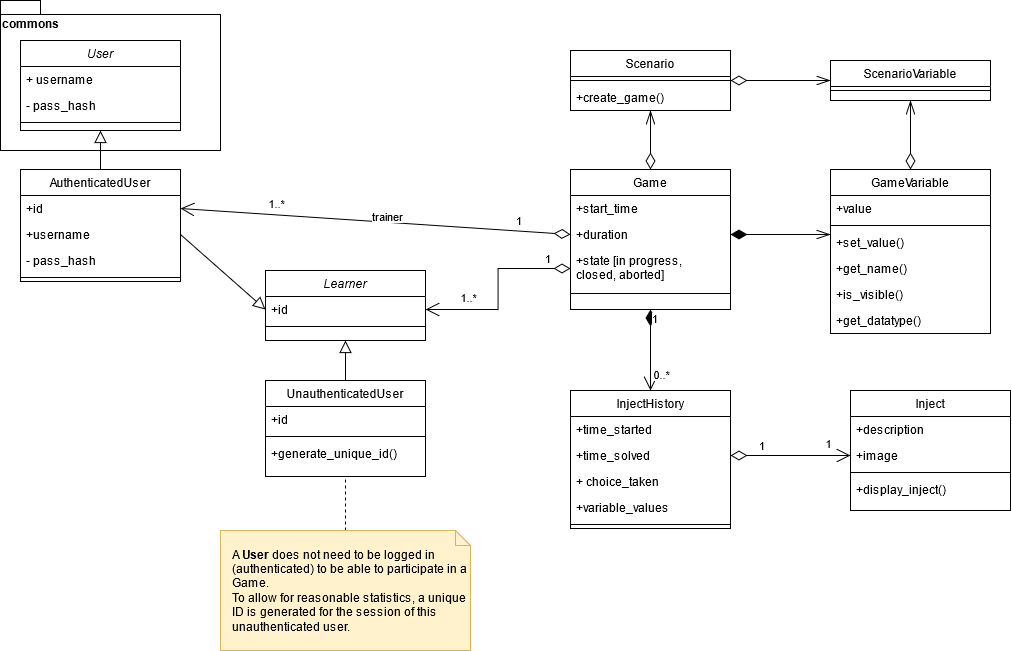
This is artefacts/static_view/class diagram Game_Participation.png from Elias-Ladenburger/CSEP, a draw.io export, as it was before one commit. Source tidied: cells renumbered, new cells last; positions are measured from the earlier drawing's top-left corner, leaving out a move shared by most shapes.
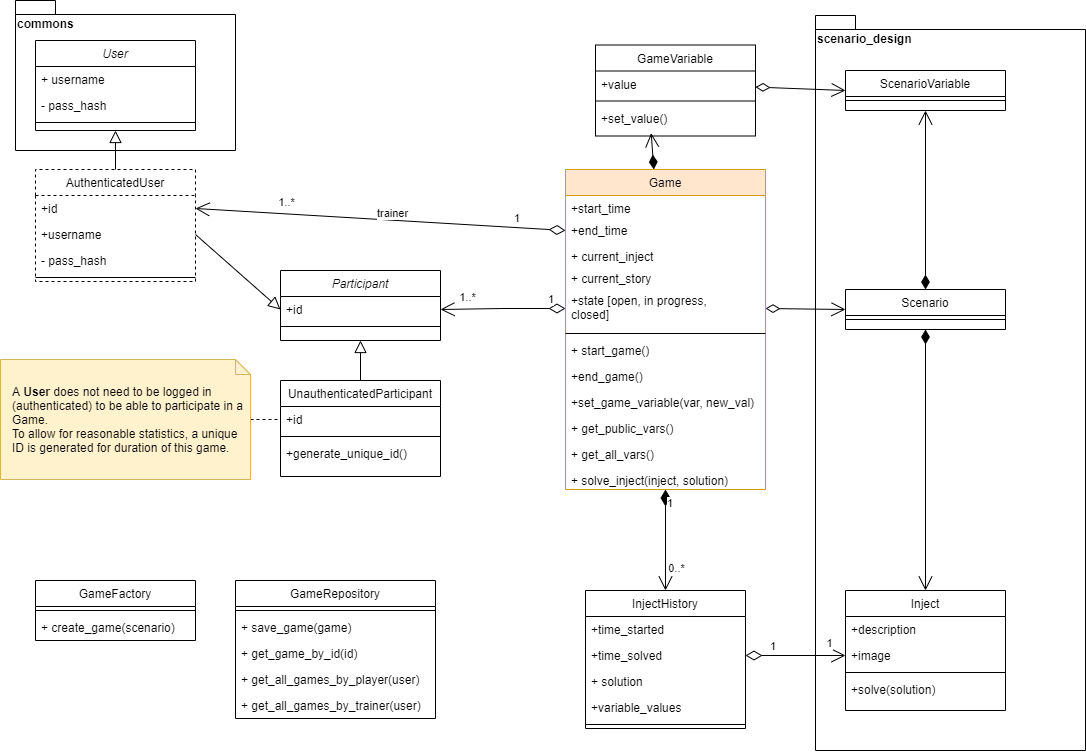
Later version of the same file.

Commit message:
Rename StateChange to TransitionEffect Add class diagrams and goal representations

Change to the diagram source:
```diff
@@ -2,8 +2,11 @@
   <root>
     <mxCell id="0" />
     <mxCell id="1" parent="0" />
+    <mxCell id="65" value="scenario_design" style="shape=folder;fontStyle=1;spacingTop=10;tabWidth=40;tabHeight=14;tabPosition=left;html=1;verticalAlign=top;align=left;" parent="1" vertex="1">
+      <mxGeometry x="800" y="15" width="270" height="735" as="geometry" />
+    </mxCell>
     <mxCell id="2" value="GameVariable" style="swimlane;fontStyle=0;align=center;verticalAlign=top;horizontal=1;startSize=26;rounded=0;shadow=0;strokeWidth=1;" parent="1" vertex="1">
-      <mxGeometry x="830" y="169" width="160" height="164" as="geometry" />
+      <mxGeometry x="580" y="44.5" width="160" height="91" as="geometry" />
     </mxCell>
     <mxCell id="3" value="+value" style="text;align=left;verticalAlign=top;spacingLeft=4;spacingRight=4;overflow=hidden;points=[[0,0.5],[1,0.5]];portConstraint=eastwest;" parent="2" vertex="1">
       <mxGeometry y="26" width="160" height="26" as="geometry" />
@@ -14,16 +17,7 @@
     <mxCell id="5" value="+set_value()" style="text;align=left;verticalAlign=top;spacingLeft=4;spacingRight=4;overflow=hidden;points=[[0,0.5],[1,0.5]];portConstraint=eastwest;" parent="2" vertex="1">
       <mxGeometry y="60" width="160" height="26" as="geometry" />
     </mxCell>
-    <mxCell id="6" value="+get_name()" style="text;align=left;verticalAlign=top;spacingLeft=4;spacingRight=4;overflow=hidden;" parent="2" vertex="1">
-      <mxGeometry y="86" width="160" height="26" as="geometry" />
-    </mxCell>
-    <mxCell id="7" value="+is_visible()" style="text;align=left;verticalAlign=top;spacingLeft=4;spacingRight=4;overflow=hidden;" parent="2" vertex="1">
-      <mxGeometry y="112" width="160" height="26" as="geometry" />
-    </mxCell>
-    <mxCell id="8" value="+get_datatype()" style="text;align=left;verticalAlign=top;spacingLeft=4;spacingRight=4;overflow=hidden;" parent="2" vertex="1">
-      <mxGeometry y="138" width="160" height="26" as="geometry" />
-    </mxCell>
-    <mxCell id="9" value="Learner" style="swimlane;fontStyle=2;align=center;verticalAlign=top;horizontal=1;startSize=26;rounded=0;shadow=0;strokeWidth=1;" parent="1" vertex="1">
+    <mxCell id="9" value="Participant" style="swimlane;fontStyle=2;align=center;verticalAlign=top;horizontal=1;startSize=26;rounded=0;shadow=0;strokeWidth=1;" parent="1" vertex="1">
       <mxGeometry x="265" y="270" width="160" height="70" as="geometry" />
     </mxCell>
     <mxCell id="10" value="+id" style="text;align=left;verticalAlign=top;spacingLeft=4;spacingRight=4;overflow=hidden;points=[[0,0.5],[1,0.5]];portConstraint=eastwest;" parent="9" vertex="1">
@@ -33,7 +27,7 @@
       <mxGeometry y="52" width="160" height="8" as="geometry" />
     </mxCell>
     <mxCell id="12" value="InjectHistory" style="swimlane;fontStyle=0;align=center;verticalAlign=top;horizontal=1;startSize=26;rounded=0;shadow=0;strokeWidth=1;" parent="1" vertex="1">
-      <mxGeometry x="570" y="390" width="160" height="138" as="geometry" />
+      <mxGeometry x="570" y="590" width="160" height="138" as="geometry" />
     </mxCell>
     <mxCell id="13" value="+time_started" style="text;align=left;verticalAlign=top;spacingLeft=4;spacingRight=4;overflow=hidden;rounded=0;shadow=0;html=0;" parent="12" vertex="1">
       <mxGeometry y="26" width="160" height="26" as="geometry" />
@@ -41,7 +35,7 @@
     <mxCell id="14" value="+time_solved" style="text;align=left;verticalAlign=top;spacingLeft=4;spacingRight=4;overflow=hidden;points=[[0,0.5],[1,0.5]];portConstraint=eastwest;rounded=0;shadow=0;html=0;" parent="12" vertex="1">
       <mxGeometry y="52" width="160" height="26" as="geometry" />
     </mxCell>
-    <mxCell id="15" value="+ choice_taken" style="text;align=left;verticalAlign=top;spacingLeft=4;spacingRight=4;overflow=hidden;rounded=0;shadow=0;html=0;" parent="12" vertex="1">
+    <mxCell id="15" value="+ solution" style="text;align=left;verticalAlign=top;spacingLeft=4;spacingRight=4;overflow=hidden;rounded=0;shadow=0;html=0;" parent="12" vertex="1">
       <mxGeometry y="78" width="160" height="26" as="geometry" />
     </mxCell>
     <mxCell id="16" value="+variable_values" style="text;align=left;verticalAlign=top;spacingLeft=4;spacingRight=4;overflow=hidden;rounded=0;shadow=0;html=0;" parent="12" vertex="1">
@@ -66,7 +60,7 @@
         <mxPoint x="-7" y="-14" as="offset" />
       </mxGeometry>
     </mxCell>
-    <mxCell id="22" value="AuthenticatedUser" style="swimlane;fontStyle=0;align=center;verticalAlign=top;horizontal=1;startSize=26;rounded=0;shadow=0;strokeWidth=1;" parent="1" vertex="1">
+    <mxCell id="22" value="AuthenticatedUser" style="swimlane;fontStyle=0;align=center;verticalAlign=top;horizontal=1;startSize=26;rounded=0;shadow=0;strokeWidth=1;dashed=1;" parent="1" vertex="1">
       <mxGeometry x="20" y="169" width="160" height="112" as="geometry" />
     </mxCell>
     <mxCell id="23" value="+id" style="text;align=left;verticalAlign=top;spacingLeft=4;spacingRight=4;overflow=hidden;points=[[0,0.5],[1,0.5]];portConstraint=eastwest;" parent="22" vertex="1">
@@ -81,7 +75,7 @@
     <mxCell id="26" style="line;html=1;strokeWidth=1;align=left;verticalAlign=middle;spacingTop=-1;spacingLeft=3;spacingRight=3;labelPosition=right;" parent="22" vertex="1">
       <mxGeometry y="104" width="160" height="8" as="geometry" />
     </mxCell>
-    <mxCell id="27" value="UnauthenticatedUser" style="swimlane;fontStyle=0;align=center;verticalAlign=top;horizontal=1;startSize=26;rounded=0;shadow=0;strokeWidth=1;" parent="1" vertex="1">
+    <mxCell id="27" value="UnauthenticatedParticipant" style="swimlane;fontStyle=0;align=center;verticalAlign=top;horizontal=1;startSize=26;rounded=0;shadow=0;strokeWidth=1;" parent="1" vertex="1">
       <mxGeometry x="265" y="380" width="160" height="96" as="geometry" />
     </mxCell>
     <mxCell id="28" value="+id" style="text;align=left;verticalAlign=top;spacingLeft=4;spacingRight=4;overflow=hidden;points=[[0,0.5],[1,0.5]];portConstraint=eastwest;" parent="27" vertex="1">
@@ -96,11 +90,11 @@
     <mxCell id="31" style="endArrow=block;endSize=10;endFill=0;shadow=0;strokeWidth=1;rounded=0;elbow=vertical;entryX=0;entryY=0.5;entryDx=0;entryDy=0;exitX=1;exitY=0.5;exitDx=0;exitDy=0;" parent="1" edge="1" source="24" target="10">
       <mxGeometry relative="1" as="geometry" />
     </mxCell>
-    <mxCell id="32" style="rounded=0;jettySize=auto;html=1;dashed=1;endArrow=none;endFill=0;entryX=0.5;entryY=1;entryDx=0;entryDy=0;" parent="1" edge="1" source="33" target="27">
+    <mxCell id="32" style="rounded=0;jettySize=auto;html=1;dashed=1;endArrow=none;endFill=0;entryX=0;entryY=0.5;entryDx=0;entryDy=0;" parent="1" edge="1" source="33" target="28">
       <mxGeometry relative="1" as="geometry" />
     </mxCell>
-    <mxCell id="33" value="&lt;div&gt;A &lt;b&gt;User &lt;/b&gt;does not need to be logged in (authenticated) to be able to participate in a Game.&lt;/div&gt;To allow for reasonable statistics, a unique ID is generated for the session of this unauthenticated user." style="shape=note;size=15;align=left;spacingLeft=10;html=1;whiteSpace=wrap;fillColor=#fff2cc;strokeColor=#d6b656;" parent="1" vertex="1">
-      <mxGeometry x="220" y="530" width="250" height="120" as="geometry" />
+    <mxCell id="33" value="&lt;div&gt;A &lt;b&gt;User &lt;/b&gt;does not need to be logged in (authenticated) to be able to participate in a Game.&lt;/div&gt;To allow for reasonable statistics, a unique ID is generated for duration of this game.&amp;nbsp;" style="shape=note;size=15;align=left;spacingLeft=10;html=1;whiteSpace=wrap;fillColor=#fff2cc;strokeColor=#d6b656;" parent="1" vertex="1">
+      <mxGeometry x="-15" y="359" width="250" height="120" as="geometry" />
     </mxCell>
     <mxCell id="34" style="endArrow=block;endSize=10;endFill=0;shadow=0;strokeWidth=1;rounded=0;elbow=vertical;entryX=0.5;entryY=1;entryDx=0;entryDy=0;exitX=0.5;exitY=0;exitDx=0;exitDy=0;" parent="1" edge="1" source="27" target="9">
       <mxGeometry relative="1" as="geometry" />
@@ -137,7 +131,7 @@
       </mxGeometry>
     </mxCell>
     <mxCell id="44" value="Inject" style="swimlane;fontStyle=0;align=center;verticalAlign=top;horizontal=1;startSize=26;rounded=0;shadow=0;strokeWidth=1;" parent="1" vertex="1">
-      <mxGeometry x="850" y="390" width="160" height="120" as="geometry" />
+      <mxGeometry x="830" y="590" width="160" height="120" as="geometry" />
     </mxCell>
     <mxCell id="45" value="+description" style="text;align=left;verticalAlign=top;spacingLeft=4;spacingRight=4;overflow=hidden;rounded=0;shadow=0;html=0;" parent="44" vertex="1">
       <mxGeometry y="26" width="160" height="26" as="geometry" />
@@ -148,7 +142,7 @@
     <mxCell id="47" style="line;html=1;strokeWidth=1;align=left;verticalAlign=middle;spacingTop=-1;spacingLeft=3;spacingRight=3;labelPosition=right;" parent="44" vertex="1">
       <mxGeometry y="78" width="160" height="8" as="geometry" />
     </mxCell>
-    <mxCell id="48" value="+display_inject()" style="text;align=left;verticalAlign=top;spacingLeft=4;spacingRight=4;overflow=hidden;rounded=0;shadow=0;html=0;" parent="44" vertex="1">
+    <mxCell id="48" value="+solve(solution)" style="text;align=left;verticalAlign=top;spacingLeft=4;spacingRight=4;overflow=hidden;rounded=0;shadow=0;html=0;" parent="44" vertex="1">
       <mxGeometry y="86" width="160" height="26" as="geometry" />
     </mxCell>
     <mxCell id="49" value="1" style="endArrow=open;html=1;endSize=12;startArrow=diamondThin;startSize=14;startFill=0;align=left;verticalAlign=bottom;entryX=0;entryY=0.5;entryDx=0;entryDy=0;rounded=0;exitX=1;exitY=0.5;exitDx=0;exitDy=0;" parent="1" edge="1" source="14" target="46">
@@ -159,49 +153,98 @@
         <mxPoint x="9" y="-12" as="offset" />
       </mxGeometry>
     </mxCell>
+    <mxCell id="66" style="edgeStyle=none;rounded=0;jettySize=auto;html=1;entryX=0.348;entryY=1.079;entryDx=0;entryDy=0;entryPerimeter=0;startArrow=diamondThin;startFill=1;endArrow=open;endFill=0;startSize=12;endSize=12;" parent="1" edge="1" source="51" target="5">
+      <mxGeometry relative="1" as="geometry" />
+    </mxCell>
-    <mxCell id="51" value="Game" style="swimlane;fontStyle=0;align=center;verticalAlign=top;horizontal=1;startSize=26;rounded=0;shadow=0;strokeWidth=1;" parent="1" vertex="1">
-      <mxGeometry x="570" y="169" width="160" height="140" as="geometry" />
+    <mxCell id="51" value="Game" style="swimlane;fontStyle=0;align=center;verticalAlign=top;horizontal=1;startSize=26;rounded=0;shadow=0;strokeWidth=1;fillColor=#ffe6cc;strokeColor=#d79b00;" parent="1" vertex="1">
+      <mxGeometry x="550" y="169" width="200" height="320" as="geometry" />
     </mxCell>
     <mxCell id="52" value="+start_time" style="text;align=left;verticalAlign=top;spacingLeft=4;spacingRight=4;overflow=hidden;" parent="51" vertex="1">
-      <mxGeometry y="26" width="160" height="26" as="geometry" />
+      <mxGeometry y="26" width="200" height="22" as="geometry" />
     </mxCell>
-    <mxCell id="53" value="+duration" style="text;align=left;verticalAlign=top;spacingLeft=4;spacingRight=4;overflow=hidden;points=[[0,0.5],[1,0.5]];portConstraint=eastwest;rounded=0;shadow=0;html=0;" parent="51" vertex="1">
-      <mxGeometry y="52" width="160" height="26" as="geometry" />
+    <mxCell id="53" value="+end_time" style="text;align=left;verticalAlign=top;spacingLeft=4;spacingRight=4;overflow=hidden;points=[[0,0.5],[1,0.5]];portConstraint=eastwest;rounded=0;shadow=0;html=0;" parent="51" vertex="1">
+      <mxGeometry y="48" width="200" height="26" as="geometry" />
     </mxCell>
+    <mxCell id="67" value="+ current_inject" style="text;align=left;verticalAlign=top;spacingLeft=4;spacingRight=4;overflow=hidden;" parent="51" vertex="1">
+      <mxGeometry y="74" width="200" height="22" as="geometry" />
+    </mxCell>
+    <mxCell id="68" value="+ current_story" style="text;align=left;verticalAlign=top;spacingLeft=4;spacingRight=4;overflow=hidden;" parent="51" vertex="1">
+      <mxGeometry y="96" width="200" height="22" as="geometry" />
+    </mxCell>
-    <mxCell id="54" value="+state [in progress, &#10;closed, aborted]" style="text;align=left;verticalAlign=top;spacingLeft=4;spacingRight=4;overflow=hidden;points=[[0,0.5],[1,0.5]];portConstraint=eastwest;rounded=0;shadow=0;html=0;" parent="51" vertex="1">
-      <mxGeometry y="78" width="160" height="42" as="geometry" />
+    <mxCell id="54" value="+state [open, in progress, &#10;closed]" style="text;align=left;verticalAlign=top;spacingLeft=4;spacingRight=4;overflow=hidden;points=[[0,0.5],[1,0.5]];portConstraint=eastwest;rounded=0;shadow=0;html=0;" parent="51" vertex="1">
+      <mxGeometry y="118" width="200" height="42" as="geometry" />
     </mxCell>
     <mxCell id="55" style="line;html=1;strokeWidth=1;align=left;verticalAlign=middle;spacingTop=-1;spacingLeft=3;spacingRight=3;labelPosition=right;" parent="51" vertex="1">
-      <mxGeometry y="120" width="160" height="8" as="geometry" />
+      <mxGeometry y="160" width="200" height="8" as="geometry" />
     </mxCell>
-    <mxCell id="56" style="edgeStyle=orthogonalEdgeStyle;rounded=0;jettySize=auto;html=1;exitX=0.5;exitY=1;exitDx=0;exitDy=0;entryX=0.5;entryY=0;entryDx=0;entryDy=0;startArrow=openThin;startFill=0;endArrow=diamondThin;endFill=0;endSize=14;startSize=12;" parent="1" edge="1" source="60" target="51">
-      <mxGeometry relative="1" as="geometry" />
-    </mxCell>
+    <mxCell id="69" value="+ start_game()" style="text;align=left;verticalAlign=top;spacingLeft=4;spacingRight=4;overflow=hidden;rounded=0;shadow=0;html=0;" parent="51" vertex="1">
+      <mxGeometry y="168" width="200" height="26" as="geometry" />
+    </mxCell>
+    <mxCell id="70" value="+end_game()" style="text;align=left;verticalAlign=top;spacingLeft=4;spacingRight=4;overflow=hidden;rounded=0;shadow=0;html=0;" parent="51" vertex="1">
+      <mxGeometry y="194" width="200" height="26" as="geometry" />
+    </mxCell>
+    <mxCell id="71" value="+set_game_variable(var, new_val)" style="text;align=left;verticalAlign=top;spacingLeft=4;spacingRight=4;overflow=hidden;rounded=0;shadow=0;html=0;" parent="51" vertex="1">
+      <mxGeometry y="220" width="200" height="26" as="geometry" />
+    </mxCell>
+    <mxCell id="72" value="+ get_public_vars()" style="text;align=left;verticalAlign=top;spacingLeft=4;spacingRight=4;overflow=hidden;rounded=0;shadow=0;html=0;" parent="51" vertex="1">
+      <mxGeometry y="246" width="200" height="26" as="geometry" />
+    </mxCell>
+    <mxCell id="73" value="+ get_all_vars()" style="text;align=left;verticalAlign=top;spacingLeft=4;spacingRight=4;overflow=hidden;rounded=0;shadow=0;html=0;" parent="51" vertex="1">
+      <mxGeometry y="272" width="200" height="26" as="geometry" />
+    </mxCell>
+    <mxCell id="74" value="+ solve_inject(inject, solution)" style="text;align=left;verticalAlign=top;spacingLeft=4;spacingRight=4;overflow=hidden;" parent="51" vertex="1">
+      <mxGeometry y="298" width="200" height="22" as="geometry" />
+    </mxCell>
     <mxCell id="57" value="ScenarioVariable" style="swimlane;fontStyle=0;align=center;verticalAlign=top;horizontal=1;startSize=26;rounded=0;shadow=0;strokeWidth=1;" parent="1" vertex="1">
-      <mxGeometry x="830" y="60" width="160" height="40" as="geometry" />
+      <mxGeometry x="830" y="70" width="160" height="40" as="geometry" />
     </mxCell>
     <mxCell id="58" style="line;html=1;strokeWidth=1;align=left;verticalAlign=middle;spacingTop=-1;spacingLeft=3;spacingRight=3;labelPosition=right;" parent="57" vertex="1">
       <mxGeometry y="26" width="160" height="8" as="geometry" />
     </mxCell>
-    <mxCell id="59" style="edgeStyle=orthogonalEdgeStyle;rounded=0;jettySize=auto;html=1;exitX=0;exitY=0.5;exitDx=0;exitDy=0;startArrow=openThin;startFill=0;endArrow=diamondThin;endFill=1;endSize=14;startSize=12;entryX=1;entryY=0.5;entryDx=0;entryDy=0;" parent="1" edge="1" target="53">
-      <mxGeometry relative="1" as="geometry">
-        <mxPoint x="830" y="234" as="sourcePoint" />
-      </mxGeometry>
-    </mxCell>
+    <mxCell id="75" style="edgeStyle=none;rounded=0;jettySize=auto;html=1;entryX=0.5;entryY=1;entryDx=0;entryDy=0;startArrow=diamondThin;startFill=1;endArrow=open;endFill=0;startSize=12;endSize=12;" parent="1" edge="1" source="60" target="57">
+      <mxGeometry relative="1" as="geometry" />
+    </mxCell>
+    <mxCell id="76" style="edgeStyle=none;rounded=0;jettySize=auto;html=1;entryX=0.5;entryY=0;entryDx=0;entryDy=0;startArrow=diamondThin;startFill=1;endArrow=open;endFill=0;startSize=12;endSize=12;" parent="1" edge="1" source="60" target="44">
+      <mxGeometry relative="1" as="geometry" />
+    </mxCell>
     <mxCell id="60" value="Scenario" style="swimlane;fontStyle=0;align=center;verticalAlign=top;horizontal=1;startSize=26;rounded=0;shadow=0;strokeWidth=1;" parent="1" vertex="1">
-      <mxGeometry x="570" y="50" width="160" height="60" as="geometry" />
+      <mxGeometry x="830" y="289" width="160" height="40" as="geometry" />
     </mxCell>
     <mxCell id="61" style="line;html=1;strokeWidth=1;align=left;verticalAlign=middle;spacingTop=-1;spacingLeft=3;spacingRight=3;labelPosition=right;" parent="60" vertex="1">
       <mxGeometry y="26" width="160" height="8" as="geometry" />
     </mxCell>
-    <mxCell id="62" value="+create_game()" style="text;align=left;verticalAlign=top;spacingLeft=4;spacingRight=4;overflow=hidden;" parent="60" vertex="1">
-      <mxGeometry y="34" width="160" height="26" as="geometry" />
-    </mxCell>
-    <mxCell id="63" style="edgeStyle=orthogonalEdgeStyle;rounded=0;jettySize=auto;html=1;exitX=0.5;exitY=1;exitDx=0;exitDy=0;startArrow=openThin;startFill=0;endArrow=diamondThin;endFill=0;endSize=14;startSize=12;" parent="1" edge="1" source="57" target="2">
-      <mxGeometry relative="1" as="geometry" />
-    </mxCell>
-    <mxCell id="64" style="edgeStyle=orthogonalEdgeStyle;rounded=0;jettySize=auto;html=1;exitX=0;exitY=0.5;exitDx=0;exitDy=0;entryX=1;entryY=0.5;entryDx=0;entryDy=0;startArrow=openThin;startFill=0;endArrow=diamondThin;endFill=0;endSize=14;startSize=12;" parent="1" edge="1" source="57" target="60">
-      <mxGeometry relative="1" as="geometry" />
-    </mxCell>
+    <mxCell id="77" style="edgeStyle=none;rounded=0;jettySize=auto;html=1;entryX=0;entryY=0.5;entryDx=0;entryDy=0;startArrow=diamondThin;startFill=0;endArrow=open;endFill=0;startSize=12;endSize=12;" parent="1" edge="1" source="3" target="57">
+      <mxGeometry relative="1" as="geometry" />
+    </mxCell>
+    <mxCell id="78" style="edgeStyle=none;rounded=0;jettySize=auto;html=1;entryX=0;entryY=0.5;entryDx=0;entryDy=0;startArrow=diamondThin;startFill=0;endArrow=open;endFill=0;startSize=12;endSize=12;exitX=1;exitY=0.5;exitDx=0;exitDy=0;" parent="1" edge="1" source="54" target="60">
+      <mxGeometry relative="1" as="geometry" />
+    </mxCell>
+    <mxCell id="79" value="GameFactory" style="swimlane;fontStyle=0;align=center;verticalAlign=top;horizontal=1;startSize=26;rounded=0;shadow=0;strokeWidth=1;" parent="1" vertex="1">
+      <mxGeometry x="20" y="580" width="160" height="60" as="geometry" />
+    </mxCell>
+    <mxCell id="80" style="line;html=1;strokeWidth=1;align=left;verticalAlign=middle;spacingTop=-1;spacingLeft=3;spacingRight=3;labelPosition=right;" parent="79" vertex="1">
+      <mxGeometry y="26" width="160" height="8" as="geometry" />
+    </mxCell>
+    <mxCell id="81" value="+ create_game(scenario)" style="text;align=left;verticalAlign=top;spacingLeft=4;spacingRight=4;overflow=hidden;rounded=0;shadow=0;html=0;" parent="79" vertex="1">
+      <mxGeometry y="34" width="160" height="26" as="geometry" />
+    </mxCell>
+    <mxCell id="82" value="GameRepository" style="swimlane;fontStyle=0;align=center;verticalAlign=top;horizontal=1;startSize=26;rounded=0;shadow=0;strokeWidth=1;" parent="1" vertex="1">
+      <mxGeometry x="220" y="580" width="200" height="138" as="geometry" />
+    </mxCell>
+    <mxCell id="83" style="line;html=1;strokeWidth=1;align=left;verticalAlign=middle;spacingTop=-1;spacingLeft=3;spacingRight=3;labelPosition=right;" parent="82" vertex="1">
+      <mxGeometry y="26" width="200" height="8" as="geometry" />
+    </mxCell>
+    <mxCell id="84" value="+ save_game(game)" style="text;align=left;verticalAlign=top;spacingLeft=4;spacingRight=4;overflow=hidden;rounded=0;shadow=0;html=0;" parent="82" vertex="1">
+      <mxGeometry y="34" width="200" height="26" as="geometry" />
+    </mxCell>
+    <mxCell id="85" value="+ get_game_by_id(id)" style="text;align=left;verticalAlign=top;spacingLeft=4;spacingRight=4;overflow=hidden;rounded=0;shadow=0;html=0;" parent="82" vertex="1">
+      <mxGeometry y="60" width="200" height="26" as="geometry" />
+    </mxCell>
+    <mxCell id="86" value="+ get_all_games_by_player(user)" style="text;align=left;verticalAlign=top;spacingLeft=4;spacingRight=4;overflow=hidden;rounded=0;shadow=0;html=0;" parent="82" vertex="1">
+      <mxGeometry y="86" width="200" height="26" as="geometry" />
+    </mxCell>
+    <mxCell id="87" value="+ get_all_games_by_trainer(user)" style="text;align=left;verticalAlign=top;spacingLeft=4;spacingRight=4;overflow=hidden;rounded=0;shadow=0;html=0;" parent="82" vertex="1">
+      <mxGeometry y="112" width="200" height="26" as="geometry" />
+    </mxCell>
   </root>
 </mxGraphModel>
```
